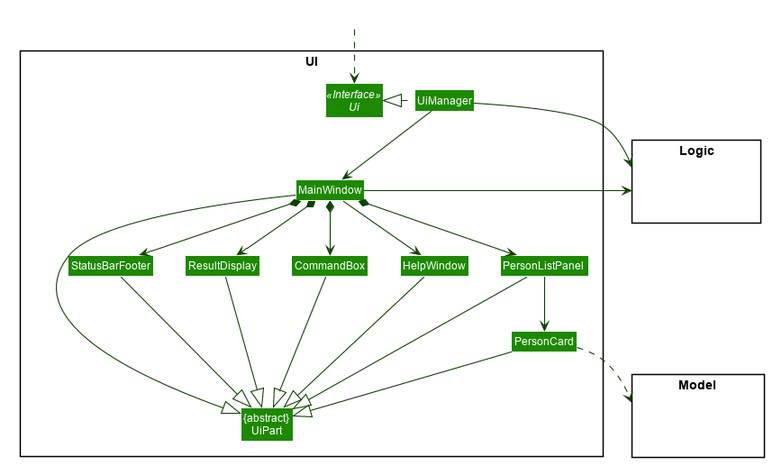
Above: docs/images/UiClassDiagram.png in nus-cs2103-AY1920S2/addressbook-level3 (PlantUML), before the change.
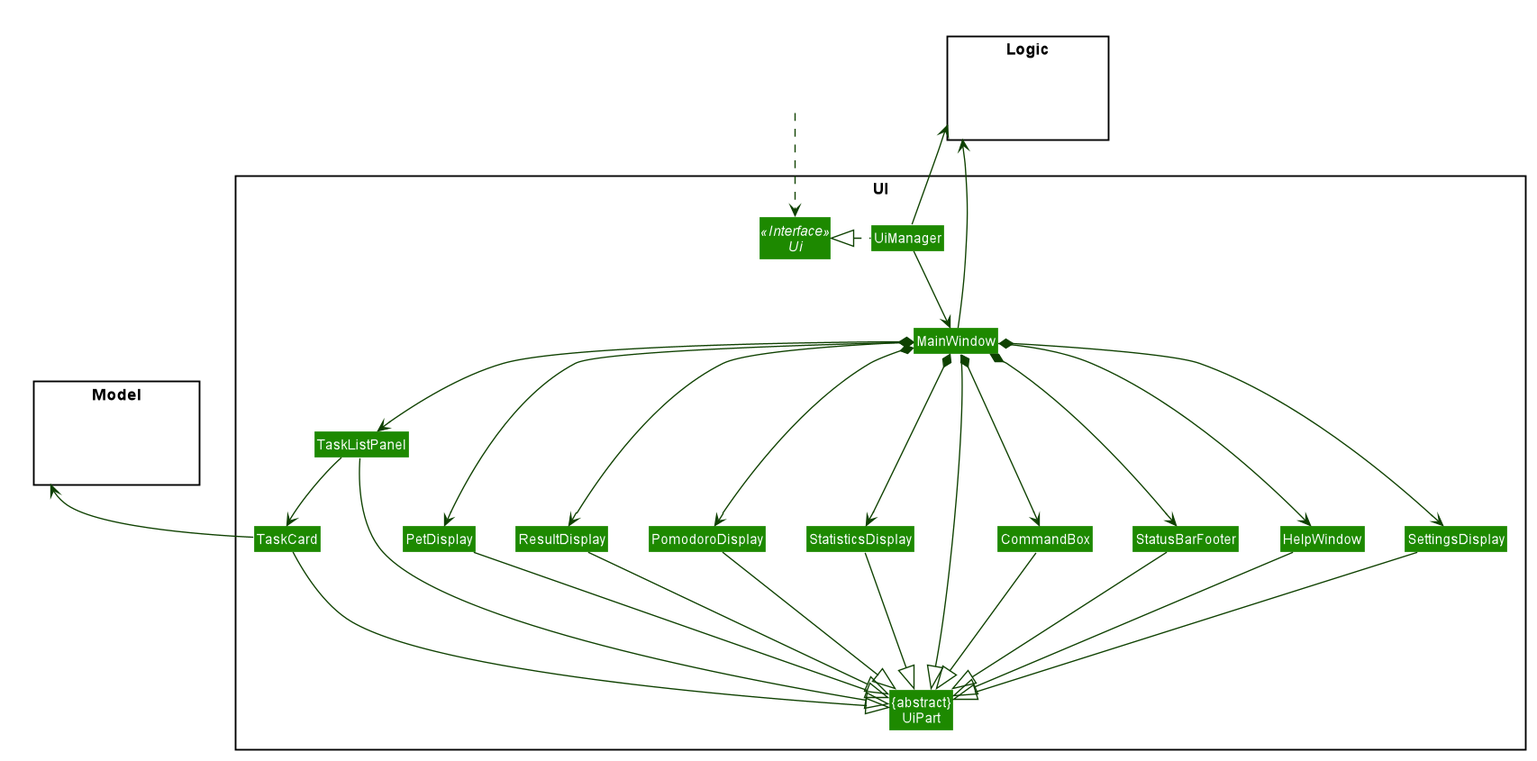
Above is the later version.

Diff of the diagram source:
```diff
@@ -58,10 +58,14 @@
 Class MainWindow
 Class HelpWindow
 Class ResultDisplay
-Class PersonListPanel
-Class PersonCard
+Class TaskListPanel
+Class TaskCard
 Class StatusBarFooter
 Class CommandBox
+class PetDisplay
+class PomodoroDisplay
+class StatisticsDisplay
+class SettingsDisplay
 }
 
 package Model <<Rectangle>> {
@@ -80,28 +84,42 @@
 MainWindow --> HelpWindow
 MainWindow *-down-> CommandBox
 MainWindow *-down-> ResultDisplay
-MainWindow *-down-> PersonListPanel
 MainWindow *-down-> StatusBarFooter
 
-PersonListPanel -down-> PersonCard
+MainWindow *--down-> PetDisplay
+MainWindow *-down-> PomodoroDisplay
+MainWindow *-down-> StatisticsDisplay
+MainWindow *-down-> SettingsDisplay
+MainWindow *-down-> TaskListPanel
+TaskListPanel -down-> TaskCard
 
 MainWindow -left-|> UiPart
 
 ResultDisplay --|> UiPart
 CommandBox --|> UiPart
-PersonListPanel --|> UiPart
-PersonCard --|> UiPart
+TaskListPanel --|> UiPart
+TaskCard ---|> UiPart
 StatusBarFooter --|> UiPart
 HelpWindow -down-|> UiPart
 
-PersonCard ..> Model
-UiManager -right-> Logic
+PetDisplay --|> UiPart
+PomodoroDisplay --|> UiPart
+StatisticsDisplay ---|> UiPart
+SettingsDisplay --|> UiPart
+
+TaskCard -up-> Model
+UiManager -up-> Logic
 MainWindow -left-> Logic
 
-PersonListPanel -[hidden]left- HelpWindow
-HelpWindow -[hidden]left- CommandBox
-CommandBox -[hidden]left- ResultDisplay
+ResultDisplay -[hidden]left- CommandBox
 ResultDisplay -[hidden]left- StatusBarFooter
+ResultDisplay -[hidden]left- HelpWindow
+ResultDisplay -[hidden]left- SettingsDisplay
+ResultDisplay -[hidden]left- PetDisplay
+ResultDisplay -[hidden]left- TaskListPanel
+PomodoroDisplay -[hidden]left- PetDisplay
+StatisticsDisplay -[hidden]left- PetDisplay
+TaskCard -[hidden]down- TaskListPanel
 
 MainWindow -[hidden]-|> UiPart
 @enduml
```
